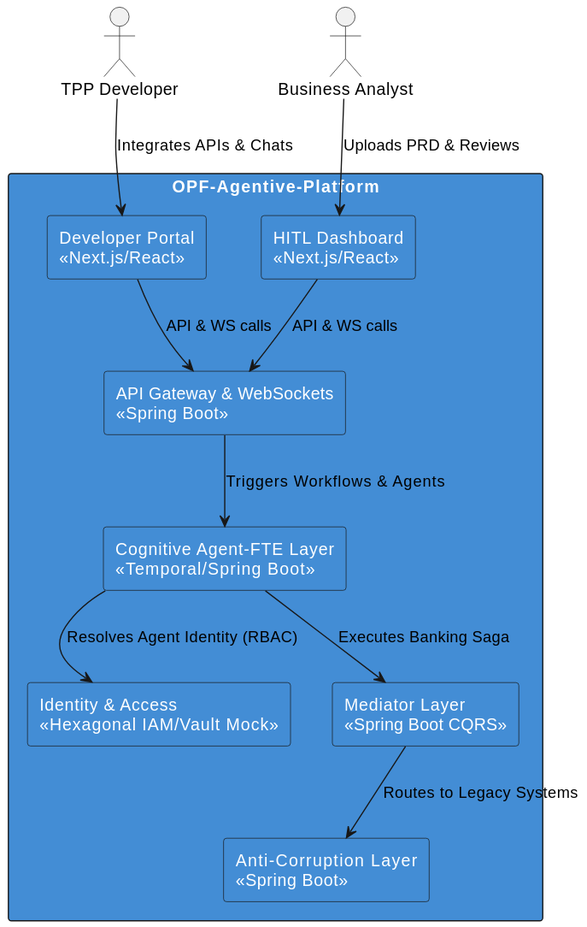
Above: docs/diagrams/rendered/C4_Container.svg in COPUR/OPF-Agentive-Platform (PlantUML), before the change.
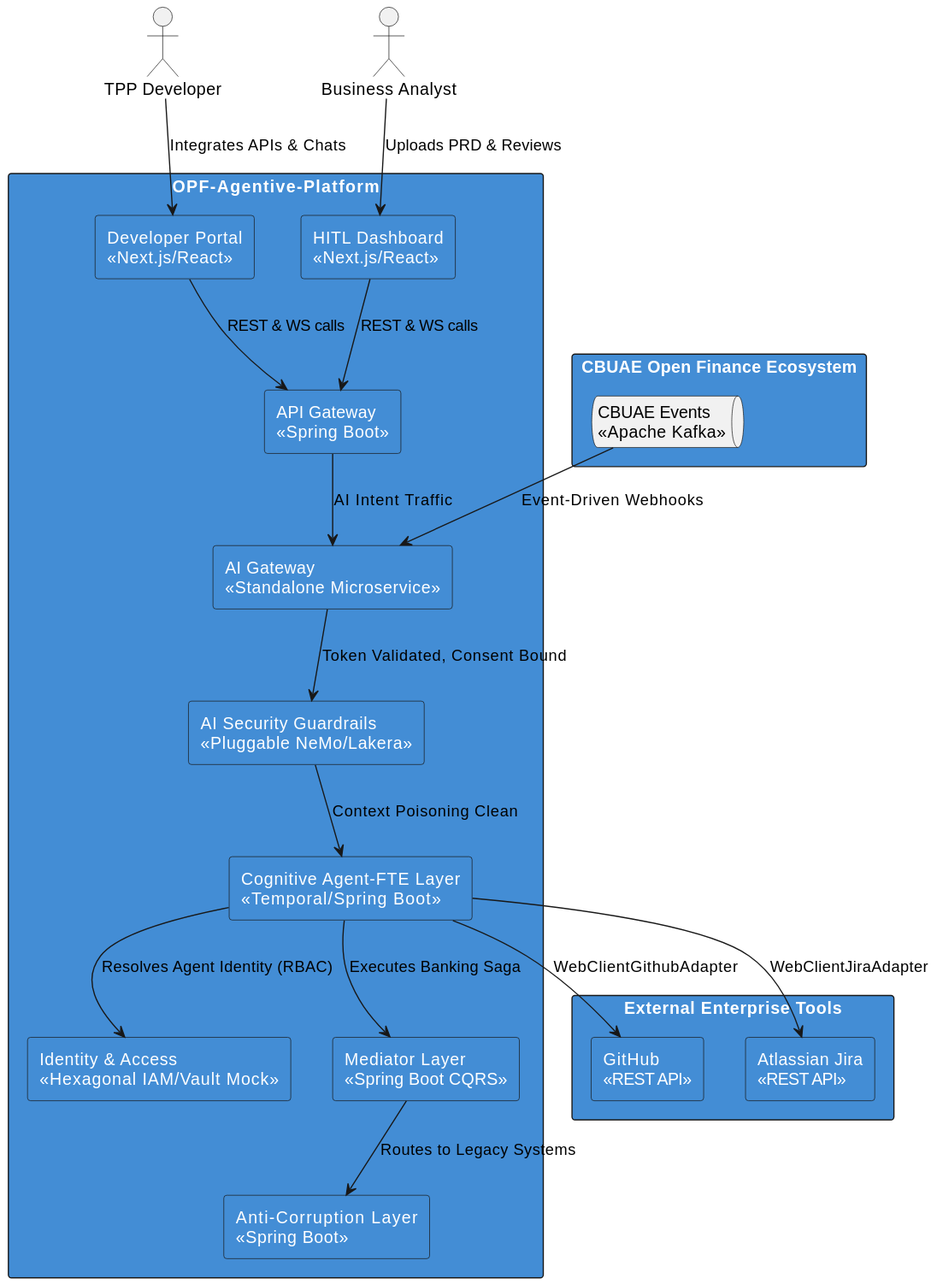
The same diagram one commit later.

The edit, as a diff of the source:
```diff
@@ -7,11 +7,18 @@
 actor "TPP Developer" as dev
 actor "Business Analyst" as ba
 
+rectangle "CBUAE Open Finance Ecosystem" {
+    queue "CBUAE Events\n<<Apache Kafka>>" as kafka
+}
+
 rectangle "OPF-Agentive-Platform" {
     rectangle "Developer Portal\n<<Next.js/React>>" as devPortal
     rectangle "HITL Dashboard\n<<Next.js/React>>" as hitlPortal
 
-    rectangle "API Gateway & WebSockets\n<<Spring Boot>>" as gateway
+    rectangle "API Gateway\n<<Spring Boot>>" as apiGw
+    rectangle "AI Gateway\n<<Standalone Microservice>>" as aiGw
+
+    rectangle "AI Security Guardrails\n<<Pluggable NeMo/Lakera>>" as aiSec
 
     rectangle "Cognitive Agent-FTE Layer\n<<Temporal/Spring Boot>>" as cog
     rectangle "Identity & Access\n<<Hexagonal IAM/Vault Mock>>" as idp
@@ -19,12 +26,22 @@
     rectangle "Anti-Corruption Layer\n<<Spring Boot>>" as acl
 }
 
+rectangle "External Enterprise Tools" {
+    rectangle "GitHub\n<<REST API>>" as github
+    rectangle "Atlassian Jira\n<<REST API>>" as jira
+}
+
 dev --> devPortal : Integrates APIs & Chats
 ba --> hitlPortal : Uploads PRD & Reviews
-devPortal --> gateway : API & WS calls
-hitlPortal --> gateway : API & WS calls
-gateway --> cog : Triggers Workflows & Agents
+devPortal --> apiGw : REST & WS calls
+hitlPortal --> apiGw : REST & WS calls
+apiGw --> aiGw : AI Intent Traffic
+kafka --> aiGw : Event-Driven Webhooks
+aiGw --> aiSec : Token Validated, Consent Bound
+aiSec --> cog : Context Poisoning Clean
 cog --> idp : Resolves Agent Identity (RBAC)
+cog --> github : WebClientGithubAdapter
+cog --> jira : WebClientJiraAdapter
 cog --> med : Executes Banking Saga
 med --> acl : Routes to Legacy Systems
 @enduml
```
